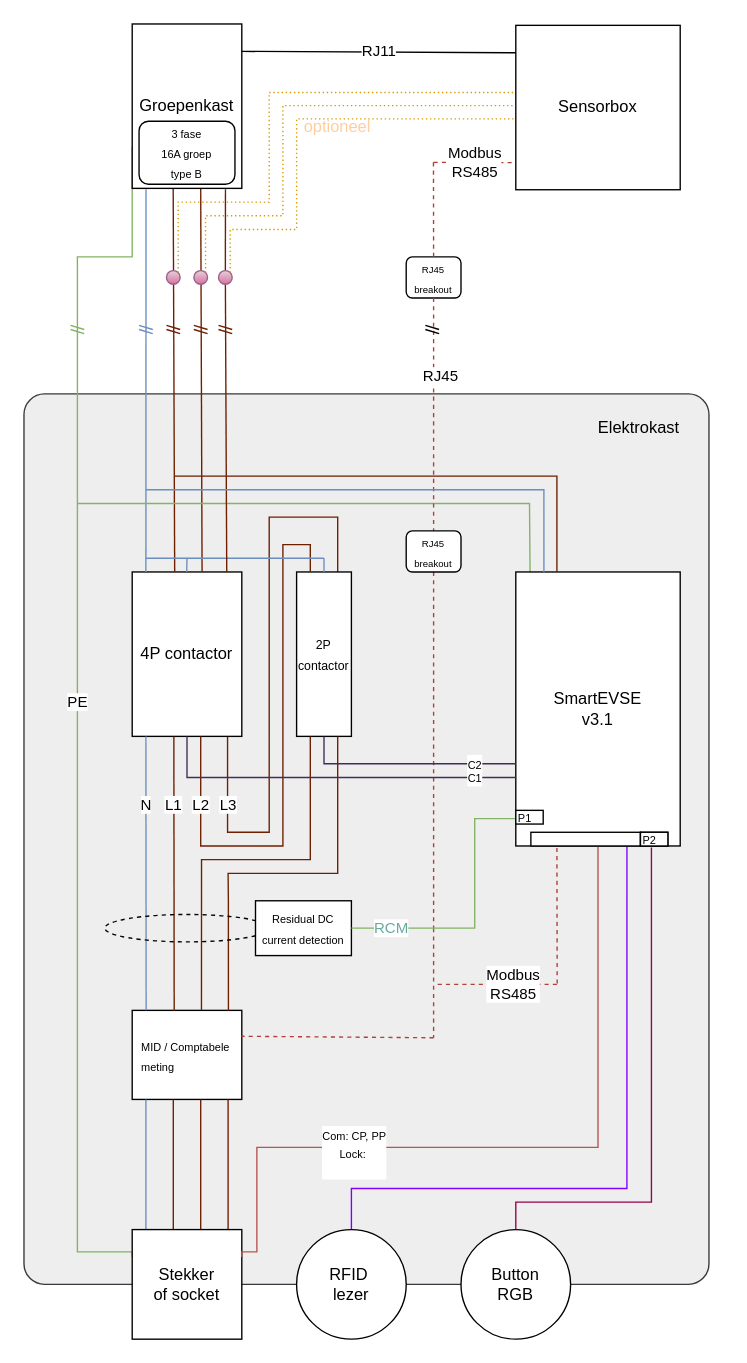
SimonvanderMarel/DrawIO-stuff keeps this draw.io diagram as smart-evse/smartevse.drawio. Above is the earlier version. Source tidied: cells renumbered, new cells numbered last; positions are measured from the earlier drawing's top-left corner, leaving out a move shared by most shapes. Both pictures are drawn from the tidied source at 137%, with x=0, y=0 at pixel (23, 23).
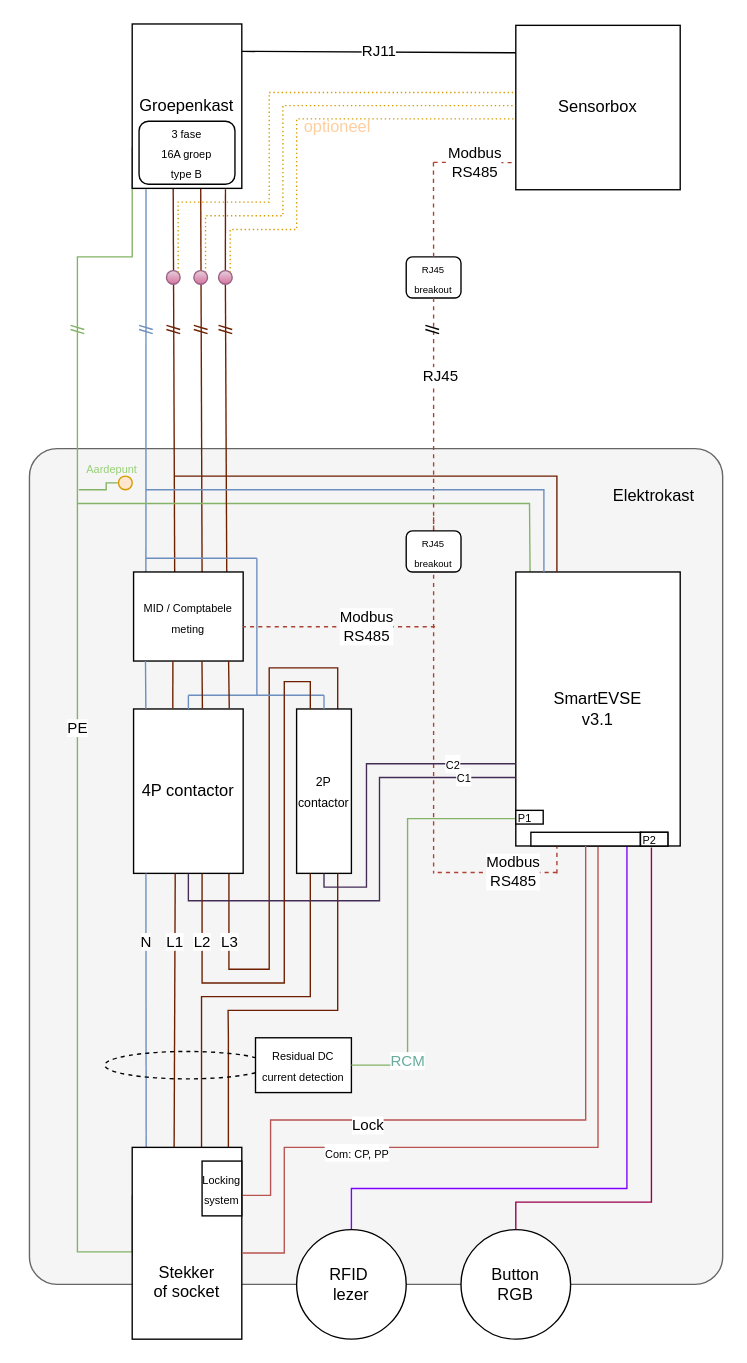
Above is the later version.

Unchanged cells that the change refers to:
```xml
<mxCell id="24" value="&lt;div&gt;SmartEVSE&lt;/div&gt;&lt;div&gt;v3.1&lt;/div&gt;" style="rounded=0;whiteSpace=wrap;html=1;" parent="1" vertex="1">
  <mxGeometry x="359" y="400" width="120" height="200" as="geometry" />
</mxCell>
<mxCell id="41" value="&lt;font style=&quot;font-size: 7px;&quot;&gt;RJ45 breakout&lt;/font&gt;" style="rounded=1;whiteSpace=wrap;html=1;" parent="1" vertex="1">
  <mxGeometry x="279" y="370" width="40" height="30" as="geometry" />
</mxCell>
<mxCell id="82" style="rounded=0;whiteSpace=wrap;html=1;" parent="1" vertex="1">
  <mxGeometry x="370" y="590" width="80" height="10" as="geometry" />
</mxCell>
```

The edit, as a diff of the source:
```diff
@@
-    <mxCell id="2" style="rounded=1;whiteSpace=wrap;html=1;strokeColor=#36393d;fillColor=#eeeeee;arcSize=3;" parent="1" vertex="1">
-      <mxGeometry y="270" width="500" height="650" as="geometry" />
-    </mxCell>
+    <mxCell id="86" style="rounded=1;whiteSpace=wrap;html=1;fillColor=#f5f5f5;fontColor=#333333;strokeColor=#666666;arcSize=4;" parent="1" vertex="1">
+      <mxGeometry x="4" y="310" width="506" height="610" as="geometry" />
+    </mxCell>
     <mxCell id="3" value="L3" style="edgeStyle=orthogonalEdgeStyle;rounded=0;jettySize=auto;html=1;exitX=0.87;exitY=1.002;exitDx=0;exitDy=0;entryX=0.75;entryY=0;entryDx=0;entryDy=0;endArrow=none;endFill=0;fillColor=#a0522d;strokeColor=#6D1F00;exitPerimeter=0;" parent="1" edge="1" source="4" target="5">
-      <mxGeometry x="-0.76" relative="1" as="geometry">
+      <mxGeometry x="-0.75" relative="1" as="geometry">
         <Array as="points">
-          <mxPoint x="148.6" y="590" />
-          <mxPoint x="179" y="590" />
-          <mxPoint x="179" y="360" />
-          <mxPoint x="229" y="360" />
+          <mxPoint x="149.6" y="690" />
+          <mxPoint x="179" y="690" />
+          <mxPoint x="179" y="470" />
+          <mxPoint x="229" y="470" />
         </Array>
       </mxGeometry>
     </mxCell>
     <mxCell id="4" value="4P contactor" style="rounded=0;whiteSpace=wrap;html=1;" parent="1" vertex="1">
-      <mxGeometry x="79" y="400" width="80" height="120" as="geometry" />
+      <mxGeometry x="80" y="500" width="80" height="120" as="geometry" />
     </mxCell>
     <mxCell id="5" value="&lt;font style=&quot;font-size: 9px;&quot;&gt;2P contactor&lt;/font&gt;" style="rounded=0;whiteSpace=wrap;html=1;" parent="1" vertex="1">
-      <mxGeometry x="199" y="400" width="40" height="120" as="geometry" />
+      <mxGeometry x="199" y="500" width="40" height="120" as="geometry" />
     </mxCell>
-    <mxCell id="6" value="L2" style="edgeStyle=orthogonalEdgeStyle;rounded=0;jettySize=auto;html=1;entryX=0.25;entryY=0;entryDx=0;entryDy=0;endArrow=none;endFill=0;fillColor=#a0522d;strokeColor=#6D1F00;" parent="1" edge="1" target="5">
-      <mxGeometry x="-0.75" relative="1" as="geometry">
-        <mxPoint x="129" y="520" as="sourcePoint" />
-        <Array as="points">
-          <mxPoint x="129" y="600" />
-          <mxPoint x="189" y="600" />
-          <mxPoint x="189" y="380" />
-          <mxPoint x="209" y="380" />
-        </Array>
-      </mxGeometry>
-    </mxCell>
-    <mxCell id="7" style="rounded=0;whiteSpace=wrap;html=1;" parent="1" vertex="1">
-      <mxGeometry x="79" y="720" width="80" height="65" as="geometry" />
-    </mxCell>
-    <mxCell id="8" value="L1" style="endArrow=none;html=1;rounded=0;entryX=0.38;entryY=1.001;entryDx=0;entryDy=0;entryPerimeter=0;exitX=0.383;exitY=0.005;exitDx=0;exitDy=0;exitPerimeter=0;fillColor=#a0522d;strokeColor=#6D1F00;" parent="1" edge="1" source="7" target="4">
-      <mxGeometry x="0.5" relative="1" as="geometry" />
+    <mxCell id="8" value="L1" style="endArrow=none;html=1;rounded=0;entryX=0.38;entryY=1.001;entryDx=0;entryDy=0;entryPerimeter=0;exitX=0.383;exitY=0.005;exitDx=0;exitDy=0;exitPerimeter=0;fillColor=#a0522d;strokeColor=#6D1F00;" parent="1" edge="1" target="4">
+      <mxGeometry x="0.5" relative="1" as="geometry">
+        <mxPoint x="109.6" y="820.3" as="sourcePoint" />
+      </mxGeometry>
     </mxCell>
-    <mxCell id="9" style="edgeStyle=orthogonalEdgeStyle;rounded=0;jettySize=auto;html=1;exitX=0.632;exitY=-0.005;exitDx=0;exitDy=0;entryX=0.25;entryY=1;entryDx=0;entryDy=0;endArrow=none;endFill=0;exitPerimeter=0;fillColor=#a0522d;strokeColor=#6D1F00;" parent="1" edge="1" source="7" target="5">
+    <mxCell id="9" style="edgeStyle=orthogonalEdgeStyle;rounded=0;jettySize=auto;html=1;exitX=0.632;exitY=-0.005;exitDx=0;exitDy=0;entryX=0.25;entryY=1;entryDx=0;entryDy=0;endArrow=none;endFill=0;exitPerimeter=0;fillColor=#a0522d;strokeColor=#6D1F00;" parent="1" edge="1" target="5">
       <mxGeometry relative="1" as="geometry">
+        <mxPoint x="129.6" y="819.7" as="sourcePoint" />
         <Array as="points">
-          <mxPoint x="129.6" y="610" />
-          <mxPoint x="209" y="610" />
+          <mxPoint x="129.6" y="710" />
+          <mxPoint x="209" y="710" />
         </Array>
       </mxGeometry>
     </mxCell>
-    <mxCell id="10" style="edgeStyle=orthogonalEdgeStyle;rounded=0;jettySize=auto;html=1;exitX=0.878;exitY=0.004;exitDx=0;exitDy=0;entryX=0.75;entryY=1;entryDx=0;entryDy=0;endArrow=none;endFill=0;exitPerimeter=0;fillColor=#a0522d;strokeColor=#6D1F00;" parent="1" edge="1" source="7" target="5">
+    <mxCell id="10" style="edgeStyle=orthogonalEdgeStyle;rounded=0;jettySize=auto;html=1;exitX=0.878;exitY=0.004;exitDx=0;exitDy=0;entryX=0.75;entryY=1;entryDx=0;entryDy=0;endArrow=none;endFill=0;exitPerimeter=0;fillColor=#a0522d;strokeColor=#6D1F00;" parent="1" edge="1" target="5">
       <mxGeometry relative="1" as="geometry">
+        <mxPoint x="149.2" y="820.3" as="sourcePoint" />
         <Array as="points">
-          <mxPoint x="149.2" y="639.9" />
-          <mxPoint x="149" y="620" />
-          <mxPoint x="229" y="620" />
+          <mxPoint x="149.2" y="739.9" />
+          <mxPoint x="149" y="720" />
+          <mxPoint x="229" y="720" />
         </Array>
       </mxGeometry>
     </mxCell>
-    <mxCell id="11" value="N" style="endArrow=none;html=1;rounded=0;entryX=0.38;entryY=1.001;entryDx=0;entryDy=0;entryPerimeter=0;exitX=0.127;exitY=-0.001;exitDx=0;exitDy=0;exitPerimeter=0;fillColor=#dae8fc;strokeColor=#6c8ebf;" parent="1" edge="1" source="7">
+    <mxCell id="11" value="N" style="endArrow=none;html=1;rounded=0;entryX=0.38;entryY=1.001;entryDx=0;entryDy=0;entryPerimeter=0;exitX=0.127;exitY=-0.001;exitDx=0;exitDy=0;exitPerimeter=0;fillColor=#dae8fc;strokeColor=#6c8ebf;" parent="1" edge="1">
       <mxGeometry x="0.5" relative="1" as="geometry">
-        <mxPoint x="89" y="520" as="targetPoint" />
+        <mxPoint x="89.2" y="819.9" as="sourcePoint" />
+        <mxPoint x="89" y="620" as="targetPoint" />
       </mxGeometry>
     </mxCell>
     <mxCell id="12" style="ellipse;whiteSpace=wrap;html=1;shapeInside=1;fillColor=none;dashed=1;" parent="1" vertex="1">
-      <mxGeometry x="59" y="650" width="120" height="20" as="geometry" />
+      <mxGeometry x="59" y="750" width="120" height="20" as="geometry" />
     </mxCell>
     <mxCell id="13" value="&lt;font style=&quot;font-size: 8px;&quot;&gt;Residual DC current detection&lt;/font&gt;" style="rounded=0;whiteSpace=wrap;html=1;" parent="1" vertex="1">
-      <mxGeometry x="169" y="640" width="70" height="40" as="geometry" />
+      <mxGeometry x="169" y="740" width="70" height="40" as="geometry" />
     </mxCell>
@@
-    <mxCell id="15" style="endArrow=none;html=1;rounded=0;entryX=0.38;entryY=1.001;entryDx=0;entryDy=0;entryPerimeter=0;fillColor=#a0522d;strokeColor=#6D1F00;" parent="1" edge="1">
-      <mxGeometry relative="1" as="geometry">
-        <mxPoint x="109" y="880" as="sourcePoint" />
-        <mxPoint x="109" y="785" as="targetPoint" />
-      </mxGeometry>
-    </mxCell>
-    <mxCell id="16" style="endArrow=none;html=1;rounded=0;entryX=0.38;entryY=1.001;entryDx=0;entryDy=0;entryPerimeter=0;fillColor=#dae8fc;strokeColor=#6c8ebf;" parent="1" edge="1">
-      <mxGeometry relative="1" as="geometry">
-        <mxPoint x="89" y="880" as="sourcePoint" />
-        <mxPoint x="89" y="785" as="targetPoint" />
-      </mxGeometry>
-    </mxCell>
-    <mxCell id="17" style="endArrow=none;html=1;rounded=0;entryX=0.38;entryY=1.001;entryDx=0;entryDy=0;entryPerimeter=0;fillColor=#a0522d;strokeColor=#6D1F00;" parent="1" edge="1">
-      <mxGeometry relative="1" as="geometry">
-        <mxPoint x="129" y="880" as="sourcePoint" />
-        <mxPoint x="129" y="785" as="targetPoint" />
-      </mxGeometry>
-    </mxCell>
-    <mxCell id="18" style="endArrow=none;html=1;rounded=0;entryX=0.38;entryY=1.001;entryDx=0;entryDy=0;entryPerimeter=0;fillColor=#a0522d;strokeColor=#6D1F00;" parent="1" edge="1">
-      <mxGeometry relative="1" as="geometry">
-        <mxPoint x="149" y="880" as="sourcePoint" />
-        <mxPoint x="149" y="785" as="targetPoint" />
-      </mxGeometry>
-    </mxCell>
@@
-    <mxCell id="22" value="&lt;div align=&quot;left&quot;&gt;&lt;font style=&quot;font-size: 8px;&quot;&gt;MID / Comptabele meting&lt;/font&gt;&lt;/div&gt;" style="text;html=1;whiteSpace=wrap;strokeColor=none;fillColor=none;align=left;verticalAlign=middle;rounded=0;" parent="1" vertex="1">
-      <mxGeometry x="84" y="737.5" width="70" height="30" as="geometry" />
-    </mxCell>
@@
     <mxCell id="29" value=" " style="endArrow=none;html=1;rounded=0;dashed=1;fillColor=#fad9d5;strokeColor=#ae4132;entryX=0.165;entryY=0.998;entryDx=0;entryDy=0;entryPerimeter=0;" parent="1" edge="1">
       <mxGeometry relative="1" as="geometry">
-        <mxPoint x="389.2" y="700.4" as="sourcePoint" />
+        <mxPoint x="389" y="620" as="sourcePoint" />
         <mxPoint x="389" y="600" as="targetPoint" />
       </mxGeometry>
     </mxCell>
@@
     <mxCell id="31" value="Modbus&lt;br&gt;RS485" style="endArrow=none;html=1;rounded=0;dashed=1;fillColor=#fad9d5;strokeColor=#ae4132;" parent="1" edge="1">
       <mxGeometry x="-0.29" relative="1" as="geometry">
-        <mxPoint x="389" y="701" as="sourcePoint" />
-        <mxPoint x="299" y="701" as="targetPoint" />
+        <mxPoint x="389" y="619.4" as="sourcePoint" />
+        <mxPoint x="299" y="619.4" as="targetPoint" />
       </mxGeometry>
     </mxCell>
-    <mxCell id="32" style="endArrow=none;html=1;rounded=0;dashed=1;fillColor=#fad9d5;strokeColor=#ae4132;" parent="1" edge="1" source="41">
+    <mxCell id="32" style="endArrow=none;html=1;rounded=0;dashed=1;fillColor=#fad9d5;strokeColor=#ae4132;" parent="1" edge="1">
       <mxGeometry x="-0.55" relative="1" as="geometry">
-        <mxPoint x="299" y="660" as="targetPoint" />
+        <mxPoint x="299" y="360" as="sourcePoint" />
+        <mxPoint x="299" y="620" as="targetPoint" />
       </mxGeometry>
     </mxCell>
-    <mxCell id="33" value=" " style="endArrow=none;html=1;rounded=0;fillColor=#dae8fc;strokeColor=#6c8ebf;" parent="1" edge="1">
-      <mxGeometry x="0.5" relative="1" as="geometry">
-        <mxPoint x="118.8" y="400" as="sourcePoint" />
-        <mxPoint x="119" y="390" as="targetPoint" />
+    <mxCell id="33" value=" " style="endArrow=none;html=1;rounded=0;fillColor=#dae8fc;strokeColor=#6c8ebf;exitX=0.5;exitY=0;exitDx=0;exitDy=0;" parent="1" edge="1" source="4">
+      <mxGeometry x="1" relative="1" as="geometry">
+        <mxPoint x="120" y="490" as="targetPoint" />
       </mxGeometry>
     </mxCell>
     <mxCell id="34" value=" " style="endArrow=none;html=1;rounded=0;fillColor=#dae8fc;strokeColor=#6c8ebf;" parent="1" edge="1">
       <mxGeometry x="0.5" relative="1" as="geometry">
-        <mxPoint x="89" y="390" as="sourcePoint" />
-        <mxPoint x="219" y="390" as="targetPoint" />
+        <mxPoint x="120" y="490" as="sourcePoint" />
+        <mxPoint x="219" y="490" as="targetPoint" />
       </mxGeometry>
     </mxCell>
     <mxCell id="35" value=" " style="endArrow=none;html=1;rounded=0;fillColor=#dae8fc;strokeColor=#6c8ebf;entryX=0.5;entryY=0;entryDx=0;entryDy=0;" parent="1" edge="1" target="5">
       <mxGeometry x="0.5" relative="1" as="geometry">
-        <mxPoint x="219" y="390" as="sourcePoint" />
+        <mxPoint x="219" y="490" as="sourcePoint" />
       </mxGeometry>
     </mxCell>
-    <mxCell id="36" value=" " style="endArrow=none;html=1;rounded=0;dashed=1;fillColor=#fad9d5;strokeColor=#ae4132;" parent="1" edge="1">
-      <mxGeometry relative="1" as="geometry">
-        <mxPoint x="299" y="660" as="sourcePoint" />
-        <mxPoint x="299" y="740" as="targetPoint" />
-      </mxGeometry>
-    </mxCell>
-    <mxCell id="37" style="endArrow=none;html=1;rounded=0;entryX=0.998;entryY=0.291;entryDx=0;entryDy=0;entryPerimeter=0;dashed=1;fillColor=#fad9d5;strokeColor=#ae4132;" parent="1" edge="1" target="7">
-      <mxGeometry relative="1" as="geometry">
-        <mxPoint x="299" y="740" as="sourcePoint" />
-      </mxGeometry>
-    </mxCell>
@@
     <mxCell id="60" value="&lt;font style=&quot;font-size: 8px;&quot;&gt;C2&lt;/font&gt;" style="edgeStyle=orthogonalEdgeStyle;rounded=0;jettySize=auto;html=1;exitX=0.5;exitY=1;exitDx=0;exitDy=0;strokeColor=#432D57;align=center;verticalAlign=middle;fontFamily=Helvetica;fontSize=11;fontColor=default;labelBackgroundColor=default;endArrow=none;fillColor=#76608a;" parent="1" edge="1" source="5">
       <mxGeometry x="0.62" relative="1" as="geometry">
         <mxPoint x="359" y="540" as="targetPoint" />
         <Array as="points">
-          <mxPoint x="219" y="540" />
+          <mxPoint x="219" y="630" />
+          <mxPoint x="250" y="630" />
+          <mxPoint x="250" y="540" />
         </Array>
       </mxGeometry>
     </mxCell>
-    <mxCell id="61" value="&lt;div&gt;Stekker&lt;/div&gt;of socket" style="rounded=0;whiteSpace=wrap;html=1;" parent="1" vertex="1">
-      <mxGeometry x="79" y="880" width="80" height="80" as="geometry" />
+    <mxCell id="61" value="&lt;div&gt;&lt;br&gt;&lt;/div&gt;&lt;div&gt;&lt;br&gt;&lt;/div&gt;&lt;div&gt;&lt;br&gt;&lt;/div&gt;&lt;div&gt;&lt;br&gt;&lt;/div&gt;&lt;div&gt;Stekker&lt;/div&gt;of socket" style="rounded=0;whiteSpace=wrap;html=1;" parent="1" vertex="1">
+      <mxGeometry x="79" y="820" width="80" height="140" as="geometry" />
     </mxCell>
-    <mxCell id="62" value="&lt;div&gt;&lt;font style=&quot;font-size: 8px;&quot;&gt;Com: CP, PP&lt;/font&gt;&lt;/div&gt;&lt;div&gt;&lt;font style=&quot;font-size: 8px;&quot;&gt;Lock:&amp;nbsp;&lt;/font&gt;&lt;/div&gt;&lt;div&gt;&lt;font style=&quot;font-size: 8px;&quot;&gt;&lt;br&gt;&lt;/font&gt;&lt;/div&gt;" style="edgeStyle=orthogonalEdgeStyle;rounded=0;jettySize=auto;html=1;exitX=1;exitY=0.25;exitDx=0;exitDy=0;entryX=0.5;entryY=1;entryDx=0;entryDy=0;strokeColor=#b85450;align=center;verticalAlign=middle;fontFamily=Helvetica;fontSize=11;fontColor=default;labelBackgroundColor=default;endArrow=none;fillColor=#f8cecc;gradientColor=#ea6b66;" parent="1" edge="1" source="61" target="24">
+    <mxCell id="62" value="&lt;div&gt;&lt;font style=&quot;font-size: 8px;&quot;&gt;Com: CP, PP&lt;/font&gt;&lt;/div&gt;" style="edgeStyle=orthogonalEdgeStyle;rounded=0;jettySize=auto;html=1;exitX=1.005;exitY=0.551;exitDx=0;exitDy=0;entryX=0.5;entryY=1;entryDx=0;entryDy=0;strokeColor=#b85450;align=center;verticalAlign=middle;fontFamily=Helvetica;fontSize=11;fontColor=default;labelBackgroundColor=default;endArrow=none;fillColor=#f8cecc;gradientColor=#ea6b66;exitPerimeter=0;" parent="1" edge="1" source="61" target="24">
       <mxGeometry x="-0.42" y="-4" relative="1" as="geometry">
         <Array as="points">
-          <mxPoint x="170" y="896.3" />
-          <mxPoint x="170" y="820" />
+          <mxPoint x="190" y="897.1" />
+          <mxPoint x="190" y="820" />
           <mxPoint x="419" y="820" />
         </Array>
       </mxGeometry>
     </mxCell>
     <mxCell id="63" value="&lt;span style=&quot;color: rgb(103, 171, 159);&quot;&gt;RCM&lt;/span&gt;" style="edgeStyle=orthogonalEdgeStyle;rounded=0;jettySize=auto;html=1;exitX=1;exitY=0.5;exitDx=0;exitDy=0;strokeColor=#82b366;align=center;verticalAlign=middle;fontFamily=Helvetica;fontSize=11;fontColor=default;labelBackgroundColor=default;endArrow=none;fillColor=#d5e8d4;gradientColor=#97d077;" parent="1" edge="1" source="13">
       <mxGeometry x="-0.71" relative="1" as="geometry">
         <mxPoint x="359" y="580" as="targetPoint" />
         <Array as="points">
-          <mxPoint x="329" y="660" />
-          <mxPoint x="329" y="580" />
-          <mxPoint x="359.4" y="580" />
+          <mxPoint x="280" y="760" />
+          <mxPoint x="280" y="580" />
         </Array>
       </mxGeometry>
     </mxCell>
@@
     <mxCell id="81" value="Elektrokast" style="text;html=1;whiteSpace=wrap;strokeColor=none;fillColor=none;align=center;verticalAlign=middle;rounded=0;" parent="1" vertex="1">
-      <mxGeometry x="419" y="280" width="60" height="30" as="geometry" />
+      <mxGeometry x="430" y="330" width="60" height="30" as="geometry" />
     </mxCell>
@@
+    <mxCell id="22" value="&lt;div align=&quot;center&quot;&gt;&lt;font style=&quot;font-size: 8px;&quot;&gt;MID / Comptabele meting&lt;/font&gt;&lt;/div&gt;" style="rounded=0;whiteSpace=wrap;html=1;" parent="1" vertex="1">
+      <mxGeometry x="80" y="400" width="80" height="65" as="geometry" />
+    </mxCell>
+    <mxCell id="87" style="endArrow=none;html=1;rounded=0;entryX=0.38;entryY=1.001;entryDx=0;entryDy=0;entryPerimeter=0;fillColor=#a0522d;strokeColor=#6D1F00;exitX=0.358;exitY=-0.004;exitDx=0;exitDy=0;exitPerimeter=0;" parent="1" edge="1" source="4">
+      <mxGeometry relative="1" as="geometry">
+        <mxPoint x="108.7" y="465" as="targetPoint" />
+      </mxGeometry>
+    </mxCell>
+    <mxCell id="88" style="endArrow=none;html=1;rounded=0;entryX=0.38;entryY=1.001;entryDx=0;entryDy=0;entryPerimeter=0;fillColor=#dae8fc;strokeColor=#6c8ebf;exitX=0.112;exitY=-0.002;exitDx=0;exitDy=0;exitPerimeter=0;" parent="1" edge="1" source="4">
+      <mxGeometry relative="1" as="geometry">
+        <mxPoint x="88.7" y="465" as="targetPoint" />
+      </mxGeometry>
+    </mxCell>
+    <mxCell id="89" style="endArrow=none;html=1;rounded=0;entryX=0.624;entryY=1;entryDx=0;entryDy=0;entryPerimeter=0;fillColor=#a0522d;strokeColor=#6D1F00;exitX=0.628;exitY=-0.004;exitDx=0;exitDy=0;exitPerimeter=0;" parent="1" edge="1" source="4" target="22">
+      <mxGeometry relative="1" as="geometry" />
+    </mxCell>
+    <mxCell id="90" style="endArrow=none;html=1;rounded=0;entryX=0.867;entryY=1;entryDx=0;entryDy=0;entryPerimeter=0;fillColor=#a0522d;strokeColor=#6D1F00;exitX=0.873;exitY=-0.005;exitDx=0;exitDy=0;exitPerimeter=0;" parent="1" edge="1" source="4" target="22">
+      <mxGeometry relative="1" as="geometry" />
+    </mxCell>
+    <mxCell id="91" value=" " style="endArrow=none;html=1;rounded=0;fillColor=#dae8fc;strokeColor=#6c8ebf;" parent="1" edge="1">
+      <mxGeometry x="0.5" relative="1" as="geometry">
+        <mxPoint x="89" y="390" as="sourcePoint" />
+        <mxPoint x="170" y="390" as="targetPoint" />
+      </mxGeometry>
+    </mxCell>
+    <mxCell id="92" value=" " style="endArrow=none;html=1;rounded=0;fillColor=#dae8fc;strokeColor=#6c8ebf;" parent="1" edge="1">
+      <mxGeometry x="0.5" relative="1" as="geometry">
+        <mxPoint x="170" y="390" as="sourcePoint" />
+        <mxPoint x="170" y="490" as="targetPoint" />
+      </mxGeometry>
+    </mxCell>
+    <mxCell id="6" value="L2" style="edgeStyle=orthogonalEdgeStyle;rounded=0;jettySize=auto;html=1;entryX=0.25;entryY=0;entryDx=0;entryDy=0;endArrow=none;endFill=0;fillColor=#a0522d;strokeColor=#6D1F00;" parent="1" edge="1" target="5">
+      <mxGeometry x="-0.75" relative="1" as="geometry">
+        <mxPoint x="130" y="620" as="sourcePoint" />
+        <Array as="points">
+          <mxPoint x="130" y="620" />
+          <mxPoint x="130" y="700" />
+          <mxPoint x="190" y="700" />
+          <mxPoint x="190" y="480" />
+          <mxPoint x="209" y="480" />
+        </Array>
+      </mxGeometry>
+    </mxCell>
+    <mxCell id="93" value="Lock" style="edgeStyle=orthogonalEdgeStyle;rounded=0;jettySize=auto;html=1;exitX=1;exitY=0.25;exitDx=0;exitDy=0;entryX=0.5;entryY=1;entryDx=0;entryDy=0;strokeColor=#b85450;align=center;verticalAlign=middle;fontFamily=Helvetica;fontSize=11;fontColor=default;labelBackgroundColor=default;endArrow=none;fillColor=#f8cecc;gradientColor=#ea6b66;" parent="1" edge="1" source="61" target="82">
+      <mxGeometry x="-0.42" y="-4" relative="1" as="geometry">
+        <Array as="points">
+          <mxPoint x="180" y="855" />
+          <mxPoint x="180" y="800" />
+          <mxPoint x="410" y="800" />
+        </Array>
+      </mxGeometry>
+    </mxCell>
+    <mxCell id="94" value="&lt;font style=&quot;font-size: 8px;&quot;&gt;Locking&lt;br&gt;system&lt;/font&gt;" style="rounded=0;whiteSpace=wrap;html=1;" parent="1" vertex="1">
+      <mxGeometry x="130" y="830" width="29" height="40" as="geometry" />
+    </mxCell>
+    <mxCell id="95" value="Modbus&lt;br&gt;RS485" style="endArrow=none;html=1;rounded=0;dashed=1;fillColor=#fad9d5;strokeColor=#ae4132;" parent="1" edge="1">
+      <mxGeometry x="-0.29" relative="1" as="geometry">
+        <mxPoint x="300" y="440" as="sourcePoint" />
+        <mxPoint x="160" y="440" as="targetPoint" />
+      </mxGeometry>
+    </mxCell>
+    <mxCell id="96" value=" " style="edgeStyle=orthogonalEdgeStyle;rounded=0;jettySize=auto;html=1;fillColor=#d5e8d4;gradientColor=#97d077;strokeColor=#82b366;endArrow=none;endFill=0;entryX=-0.048;entryY=0.496;entryDx=0;entryDy=0;entryPerimeter=0;" parent="1" edge="1" target="97">
+      <mxGeometry relative="1" as="geometry">
+        <mxPoint x="40" y="340" as="sourcePoint" />
+        <Array as="points">
+          <mxPoint x="60" y="340" />
+          <mxPoint x="60" y="335" />
+        </Array>
+      </mxGeometry>
+    </mxCell>
+    <mxCell id="97" style="ellipse;whiteSpace=wrap;html=1;shapeInside=1;fillColor=#ffe6cc;strokeColor=#d79b00;" parent="1" vertex="1">
+      <mxGeometry x="69" y="330" width="10" height="10" as="geometry" />
+    </mxCell>
+    <mxCell id="98" value="&lt;div align=&quot;left&quot;&gt;&lt;font style=&quot;font-size: 8px;&quot;&gt;Aardepunt&lt;/font&gt;&lt;/div&gt;" style="text;html=1;whiteSpace=wrap;strokeColor=none;fillColor=none;align=left;verticalAlign=middle;rounded=0;fontColor=#97D077;" parent="1" vertex="1">
+      <mxGeometry x="44" y="309" width="46" height="30" as="geometry" />
+    </mxCell>
```
